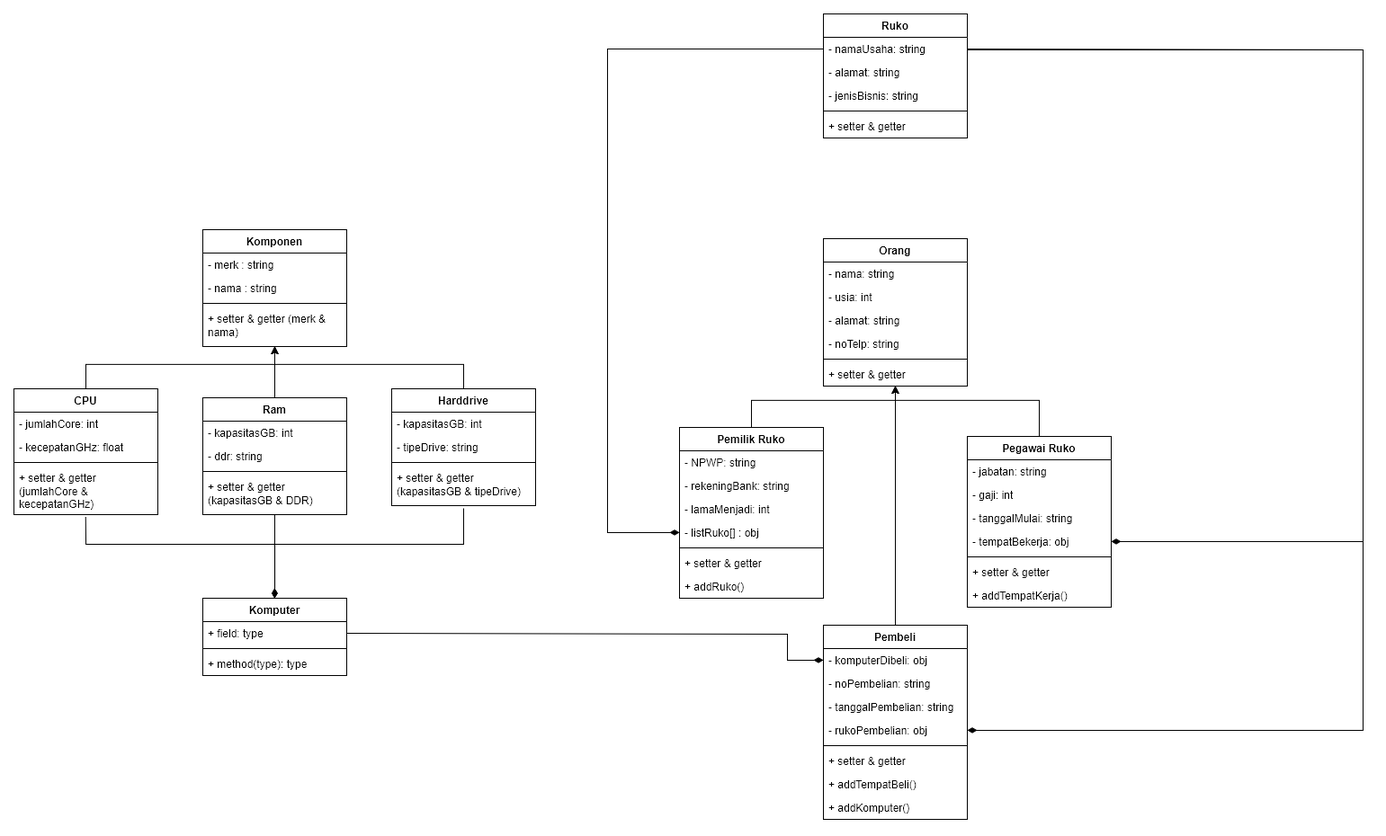
The draw.io diagram Diagram.png in iDesxtop/TP3DPBO2025C2, before a commit. Source tidied: cells renumbered, new cells last; positions are measured from the earlier drawing's top-left corner, leaving out a move shared by most shapes.
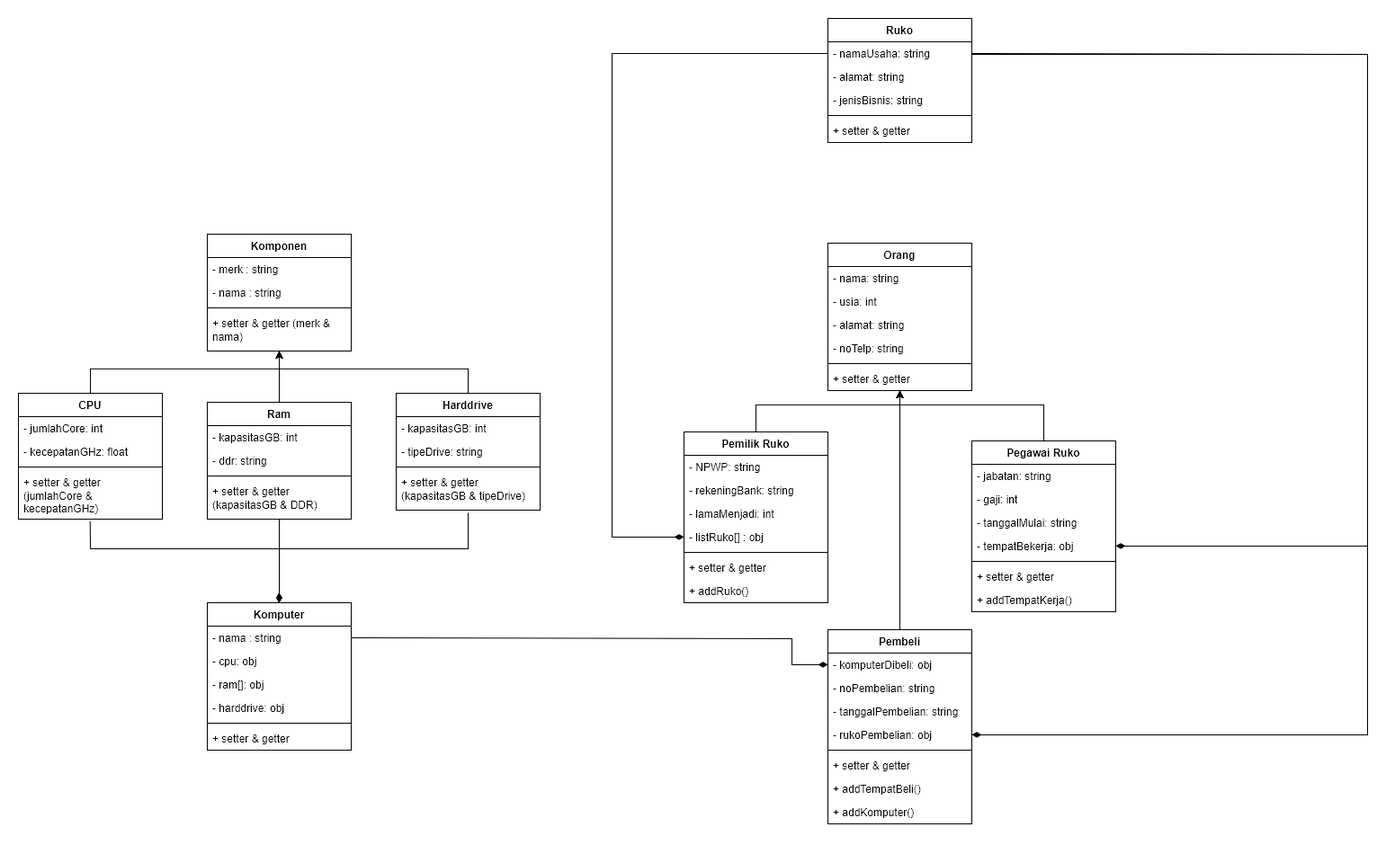
The same diagram one commit later.

Diff of the diagram source:
```diff
@@ -63,16 +63,25 @@
       <mxGeometry y="86" width="160" height="44" as="geometry" />
     </mxCell>
     <mxCell id="22" value="Komputer" style="swimlane;fontStyle=1;align=center;verticalAlign=top;horizontal=1;startSize=26;whiteSpace=wrap;html=1;" parent="1" vertex="1">
-      <mxGeometry x="210" y="650" width="160" height="86" as="geometry" />
+      <mxGeometry x="210" y="650" width="160" height="164" as="geometry" />
     </mxCell>
-    <mxCell id="23" value="+ field: type" style="text;strokeColor=none;fillColor=none;align=left;verticalAlign=top;spacingLeft=4;spacingRight=4;overflow=hidden;points=[[0,0.5],[1,0.5]];portConstraint=eastwest;whiteSpace=wrap;html=1;" parent="22" vertex="1">
+    <mxCell id="23" value="- nama : string" style="text;strokeColor=none;fillColor=none;align=left;verticalAlign=top;spacingLeft=4;spacingRight=4;overflow=hidden;points=[[0,0.5],[1,0.5]];portConstraint=eastwest;whiteSpace=wrap;html=1;" parent="22" vertex="1">
       <mxGeometry y="26" width="160" height="26" as="geometry" />
     </mxCell>
+    <mxCell id="77" value="- cpu: obj" style="text;strokeColor=none;fillColor=none;align=left;verticalAlign=top;spacingLeft=4;spacingRight=4;overflow=hidden;whiteSpace=wrap;html=1;" parent="22" vertex="1">
+      <mxGeometry y="52" width="160" height="26" as="geometry" />
+    </mxCell>
+    <mxCell id="78" value="- ram[]: obj" style="text;strokeColor=none;fillColor=none;align=left;verticalAlign=top;spacingLeft=4;spacingRight=4;overflow=hidden;whiteSpace=wrap;html=1;" parent="22" vertex="1">
+      <mxGeometry y="78" width="160" height="26" as="geometry" />
+    </mxCell>
+    <mxCell id="79" value="- harddrive: obj" style="text;strokeColor=none;fillColor=none;align=left;verticalAlign=top;spacingLeft=4;spacingRight=4;overflow=hidden;whiteSpace=wrap;html=1;" parent="22" vertex="1">
+      <mxGeometry y="104" width="160" height="26" as="geometry" />
+    </mxCell>
     <mxCell id="24" style="line;strokeWidth=1;fillColor=none;align=left;verticalAlign=middle;spacingTop=-1;spacingLeft=3;spacingRight=3;labelPosition=right;strokeColor=inherit;" parent="22" vertex="1">
-      <mxGeometry y="52" width="160" height="8" as="geometry" />
+      <mxGeometry y="130" width="160" height="8" as="geometry" />
     </mxCell>
-    <mxCell id="25" value="+ method(type): type" style="text;strokeColor=none;fillColor=none;align=left;verticalAlign=top;spacingLeft=4;spacingRight=4;overflow=hidden;whiteSpace=wrap;html=1;" parent="22" vertex="1">
-      <mxGeometry y="60" width="160" height="26" as="geometry" />
+    <mxCell id="25" value="+ setter &amp;amp; getter" style="text;strokeColor=none;fillColor=none;align=left;verticalAlign=top;spacingLeft=4;spacingRight=4;overflow=hidden;whiteSpace=wrap;html=1;" parent="22" vertex="1">
+      <mxGeometry y="138" width="160" height="26" as="geometry" />
     </mxCell>
     <mxCell id="26" style="endArrow=none;startArrow=diamondThin;endFill=0;startFill=1;html=1;verticalAlign=bottom;labelBackgroundColor=none;strokeWidth=1;startSize=8;endSize=8;rounded=0;exitX=0.5;exitY=0;exitDx=0;exitDy=0;entryX=0.498;entryY=1.042;entryDx=0;entryDy=0;entryPerimeter=0;" parent="1" edge="1" source="22" target="11">
       <mxGeometry relative="1" as="geometry">
```
